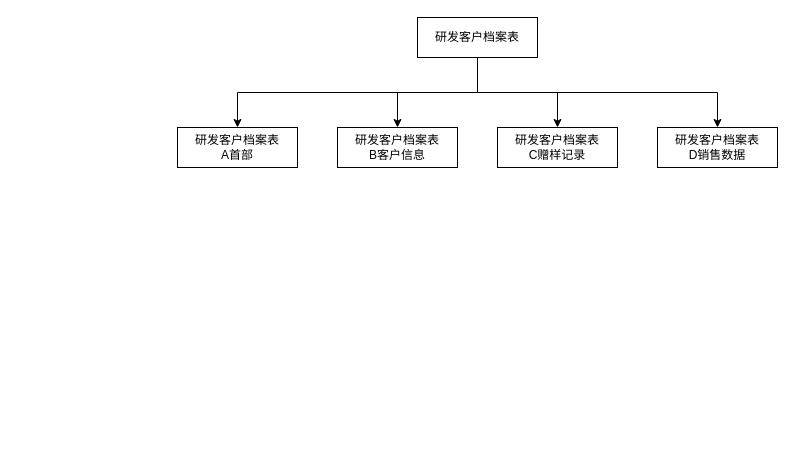
Before: 数据库逻辑结构.drawio in shinejjy/Flow-Chart, a draw.io diagram. Source tidied: cells renumbered, new cells numbered last; positions are measured from the earlier drawing's top-left corner, leaving out a move shared by most shapes. Both pictures are drawn from the tidied source at 100%, with x=0, y=0 at pixel (177, 17).
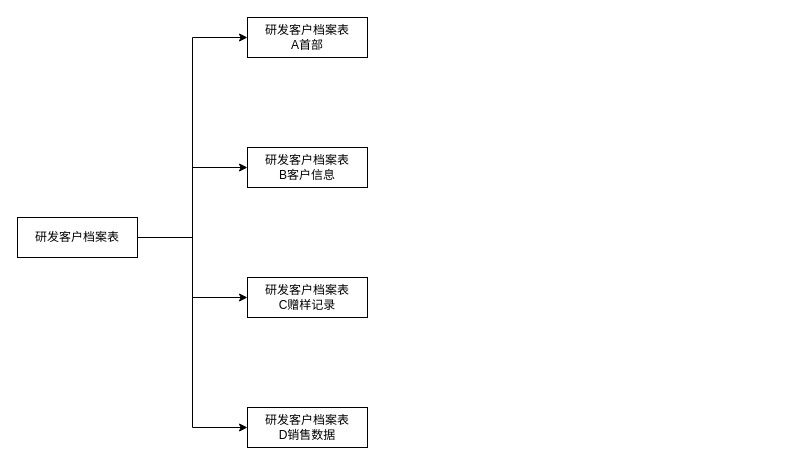
The same page after the edit.

Commit message (it also covers changes not shown here):
更新数据库逻辑结构.drawio

Change to the diagram source:
```diff
@@
 <mxGraphModel>
   <root>
     <mxCell id="0" />
     <mxCell id="1" parent="0" />
-    <mxCell id="2" style="edgeStyle=orthogonalEdgeStyle;rounded=0;jettySize=auto;html=1;exitX=0.5;exitY=1;exitDx=0;exitDy=0;" parent="1" edge="1" source="6" target="10">
-      <mxGeometry relative="1" as="geometry" />
-    </mxCell>
-    <mxCell id="3" style="edgeStyle=orthogonalEdgeStyle;rounded=0;jettySize=auto;html=1;exitX=0.5;exitY=1;exitDx=0;exitDy=0;" parent="1" edge="1" source="6" target="9">
+    <mxCell id="3" style="edgeStyle=orthogonalEdgeStyle;rounded=0;jettySize=auto;html=1;exitX=1;exitY=0.5;exitDx=0;exitDy=0;entryX=0;entryY=0.5;entryDx=0;entryDy=0;" parent="1" edge="1" source="6" target="9">
       <mxGeometry relative="1" as="geometry" />
     </mxCell>
-    <mxCell id="4" style="edgeStyle=orthogonalEdgeStyle;rounded=0;jettySize=auto;html=1;exitX=0.5;exitY=1;exitDx=0;exitDy=0;" parent="1" edge="1" source="6" target="8">
+    <mxCell id="4" style="edgeStyle=orthogonalEdgeStyle;rounded=0;jettySize=auto;html=1;exitX=1;exitY=0.5;exitDx=0;exitDy=0;entryX=0;entryY=0.5;entryDx=0;entryDy=0;" parent="1" edge="1" source="6" target="8">
       <mxGeometry relative="1" as="geometry" />
     </mxCell>
+    <mxCell id="2" style="edgeStyle=orthogonalEdgeStyle;rounded=0;jettySize=auto;html=1;exitX=1;exitY=0.5;exitDx=0;exitDy=0;entryX=0;entryY=0.5;entryDx=0;entryDy=0;" parent="1" edge="1" source="6" target="10">
+      <mxGeometry relative="1" as="geometry" />
+    </mxCell>
-    <mxCell id="5" style="edgeStyle=orthogonalEdgeStyle;rounded=0;jettySize=auto;html=1;exitX=0.5;exitY=1;exitDx=0;exitDy=0;" parent="1" edge="1" source="6" target="7">
+    <mxCell id="5" style="edgeStyle=orthogonalEdgeStyle;rounded=0;jettySize=auto;html=1;exitX=1;exitY=0.5;exitDx=0;exitDy=0;entryX=0;entryY=0.5;entryDx=0;entryDy=0;" parent="1" edge="1" source="6" target="7">
       <mxGeometry relative="1" as="geometry" />
     </mxCell>
     <mxCell id="6" value="研发客户档案表" style="rounded=0;whiteSpace=wrap;html=1;" parent="1" vertex="1">
-      <mxGeometry x="240" width="120" height="40" as="geometry" />
+      <mxGeometry x="-160" y="200" width="120" height="40" as="geometry" />
     </mxCell>
     <mxCell id="7" value="研发客户档案表&lt;br&gt;D销售数据" style="rounded=0;whiteSpace=wrap;html=1;" parent="1" vertex="1">
-      <mxGeometry x="480" y="110" width="120" height="40" as="geometry" />
+      <mxGeometry x="70" y="390" width="120" height="40" as="geometry" />
     </mxCell>
     <mxCell id="8" value="研发客户档案表&lt;br&gt;C赠样记录" style="rounded=0;whiteSpace=wrap;html=1;" parent="1" vertex="1">
-      <mxGeometry x="320" y="110" width="120" height="40" as="geometry" />
+      <mxGeometry x="70" y="260" width="120" height="40" as="geometry" />
     </mxCell>
     <mxCell id="9" value="研发客户档案表&lt;br&gt;B客户信息" style="rounded=0;whiteSpace=wrap;html=1;" parent="1" vertex="1">
-      <mxGeometry x="160" y="110" width="120" height="40" as="geometry" />
+      <mxGeometry x="70" y="130" width="120" height="40" as="geometry" />
     </mxCell>
     <mxCell id="10" value="研发客户档案表&lt;br&gt;A首部" style="rounded=0;whiteSpace=wrap;html=1;" parent="1" vertex="1">
-      <mxGeometry y="110" width="120" height="40" as="geometry" />
+      <mxGeometry x="70" width="120" height="40" as="geometry" />
     </mxCell>
   </root>
 </mxGraphModel>
```
